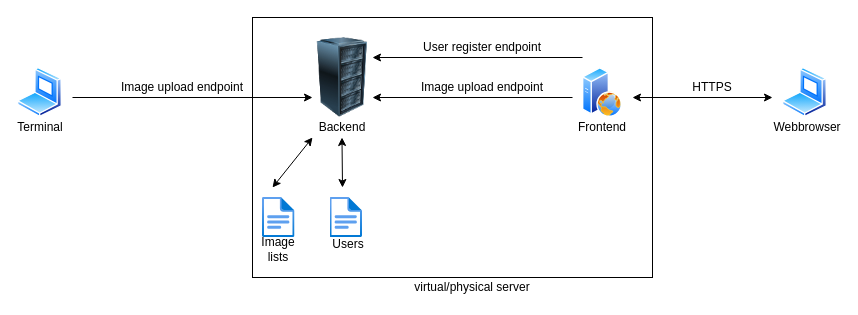
This is docs/Systemkomponenten.drawio from MasterZydra/DHBW.Photo-Server, a draw.io file, before an edit. Source tidied: cells renumbered, new cells numbered last; positions are measured from the earlier drawing's top-left corner, leaving out a move shared by most shapes. Both pictures are drawn from the tidied source at 100%, with x=0, y=0 at pixel (17, 17).
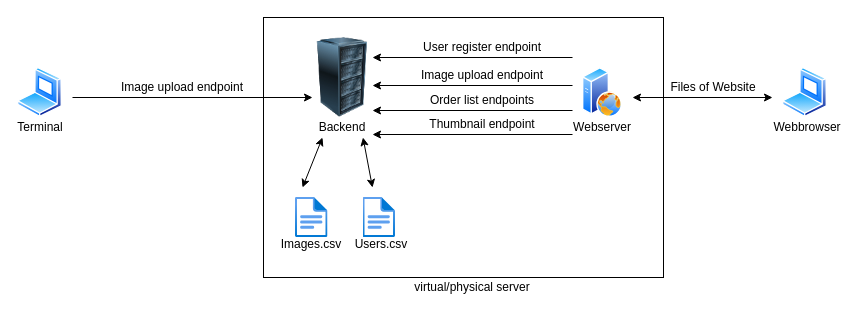
The same diagram, later.

Unchanged cells that the change refers to:
```xml
<mxCell id="5" value="Backend" style="text;html=1;strokeColor=none;fillColor=none;align=center;verticalAlign=middle;whiteSpace=wrap;rounded=0;" parent="1" vertex="1">
  <mxGeometry x="305" y="100" width="40" height="20" as="geometry" />
</mxCell>
```

What changed in the source:
```diff
@@
+    <mxCell id="10" style="rounded=0;whiteSpace=wrap;html=1;fillColor=none;" parent="1" vertex="1">
+      <mxGeometry x="246" width="400" height="260" as="geometry" />
+    </mxCell>
@@
-    <mxCell id="6" value="Frontend" style="text;html=1;strokeColor=none;fillColor=none;align=center;verticalAlign=middle;whiteSpace=wrap;rounded=0;" parent="1" vertex="1">
+    <mxCell id="6" value="Webserver" style="text;html=1;strokeColor=none;fillColor=none;align=center;verticalAlign=middle;whiteSpace=wrap;rounded=0;" parent="1" vertex="1">
       <mxGeometry x="565" y="100" width="40" height="20" as="geometry" />
     </mxCell>
@@
-    <mxCell id="10" style="rounded=0;whiteSpace=wrap;html=1;fillColor=none;" parent="1" vertex="1">
-      <mxGeometry x="235" width="400" height="260" as="geometry" />
-    </mxCell>
     <mxCell id="11" style="endArrow=classic;html=1;" parent="1" edge="1">
       <mxGeometry relative="1" as="geometry">
-        <mxPoint x="555" y="80" as="sourcePoint" />
-        <mxPoint x="355" y="80" as="targetPoint" />
+        <mxPoint x="555" y="68" as="sourcePoint" />
+        <mxPoint x="355" y="68" as="targetPoint" />
       </mxGeometry>
     </mxCell>
     <mxCell id="12" value="Image upload endpoint" style="text;html=1;strokeColor=none;fillColor=none;align=center;verticalAlign=middle;whiteSpace=wrap;rounded=0;" parent="1" vertex="1">
-      <mxGeometry x="395" y="60" width="140" height="20" as="geometry" />
+      <mxGeometry x="395" y="48" width="140" height="20" as="geometry" />
     </mxCell>
     <mxCell id="13" style="endArrow=classic;html=1;" parent="1" edge="1">
       <mxGeometry relative="1" as="geometry">
-        <mxPoint x="565" y="40" as="sourcePoint" />
+        <mxPoint x="555" y="40" as="sourcePoint" />
         <mxPoint x="355" y="40" as="targetPoint" />
       </mxGeometry>
     </mxCell>
@@
-    <mxCell id="17" value="HTTPS" style="text;html=1;strokeColor=none;fillColor=none;align=center;verticalAlign=middle;whiteSpace=wrap;rounded=0;" parent="1" vertex="1">
-      <mxGeometry x="675" y="60" width="40" height="20" as="geometry" />
+    <mxCell id="17" value="Files of Website" style="text;html=1;strokeColor=none;fillColor=none;align=center;verticalAlign=middle;whiteSpace=wrap;rounded=0;" parent="1" vertex="1">
+      <mxGeometry x="646" y="60" width="100" height="20" as="geometry" />
     </mxCell>
@@
     <mxCell id="19" style="html=1;align=center;image;fontSize=12;image=img/lib/azure2/general/File.svg;fillColor=none;" parent="1" vertex="1">
-      <mxGeometry x="245" y="180" width="32.5" height="40" as="geometry" />
+      <mxGeometry x="278" y="180" width="32.5" height="40" as="geometry" />
     </mxCell>
     <mxCell id="20" style="html=1;align=center;image;fontSize=12;image=img/lib/azure2/general/File.svg;fillColor=none;" parent="1" vertex="1">
-      <mxGeometry x="312.5" y="180" width="32.5" height="40" as="geometry" />
+      <mxGeometry x="345.5" y="180" width="32.5" height="40" as="geometry" />
     </mxCell>
-    <mxCell id="21" value="Users" style="text;html=1;strokeColor=none;fillColor=none;align=center;verticalAlign=middle;whiteSpace=wrap;rounded=0;" parent="1" vertex="1">
-      <mxGeometry x="310.5" y="217" width="40" height="20" as="geometry" />
+    <mxCell id="21" value="Users.csv" style="text;html=1;strokeColor=none;fillColor=none;align=center;verticalAlign=middle;whiteSpace=wrap;rounded=0;" parent="1" vertex="1">
+      <mxGeometry x="343.5" y="217" width="40" height="20" as="geometry" />
     </mxCell>
-    <mxCell id="22" value="Image lists" style="text;html=1;strokeColor=none;fillColor=none;align=center;verticalAlign=middle;whiteSpace=wrap;rounded=0;" parent="1" vertex="1">
-      <mxGeometry x="241.2" y="222" width="40" height="20" as="geometry" />
+    <mxCell id="22" value="Images.csv" style="text;html=1;strokeColor=none;fillColor=none;align=center;verticalAlign=middle;whiteSpace=wrap;rounded=0;" parent="1" vertex="1">
+      <mxGeometry x="274.2" y="217" width="40" height="20" as="geometry" />
     </mxCell>
-    <mxCell id="23" style="endArrow=classic;startArrow=classic;html=1;" parent="1" edge="1">
+    <mxCell id="23" style="endArrow=classic;startArrow=classic;html=1;entryX=0;entryY=1;entryDx=0;entryDy=0;" parent="1" edge="1" target="5">
       <mxGeometry relative="1" as="geometry">
-        <mxPoint x="255" y="170" as="sourcePoint" />
-        <mxPoint x="295" y="120" as="targetPoint" />
+        <mxPoint x="285" y="170" as="sourcePoint" />
       </mxGeometry>
     </mxCell>
     <mxCell id="24" style="endArrow=classic;startArrow=classic;html=1;" parent="1" edge="1">
       <mxGeometry relative="1" as="geometry">
-        <mxPoint x="325" y="170" as="sourcePoint" />
-        <mxPoint x="324.5" y="120" as="targetPoint" />
+        <mxPoint x="355" y="170" as="sourcePoint" />
+        <mxPoint x="345.5" y="120" as="targetPoint" />
       </mxGeometry>
     </mxCell>
@@
+    <mxCell id="26" style="endArrow=classic;html=1;" parent="1" edge="1">
+      <mxGeometry relative="1" as="geometry">
+        <mxPoint x="555" y="93" as="sourcePoint" />
+        <mxPoint x="355" y="93" as="targetPoint" />
+      </mxGeometry>
+    </mxCell>
+    <mxCell id="27" value="Order list endpoints" style="text;html=1;strokeColor=none;fillColor=none;align=center;verticalAlign=middle;whiteSpace=wrap;rounded=0;" parent="1" vertex="1">
+      <mxGeometry x="395" y="73" width="140" height="20" as="geometry" />
+    </mxCell>
+    <mxCell id="28" style="endArrow=classic;html=1;" parent="1" edge="1">
+      <mxGeometry relative="1" as="geometry">
+        <mxPoint x="555" y="117" as="sourcePoint" />
+        <mxPoint x="355" y="117" as="targetPoint" />
+      </mxGeometry>
+    </mxCell>
+    <mxCell id="29" value="Thumbnail endpoint" style="text;html=1;strokeColor=none;fillColor=none;align=center;verticalAlign=middle;whiteSpace=wrap;rounded=0;" parent="1" vertex="1">
+      <mxGeometry x="395" y="97" width="140" height="20" as="geometry" />
+    </mxCell>
```
